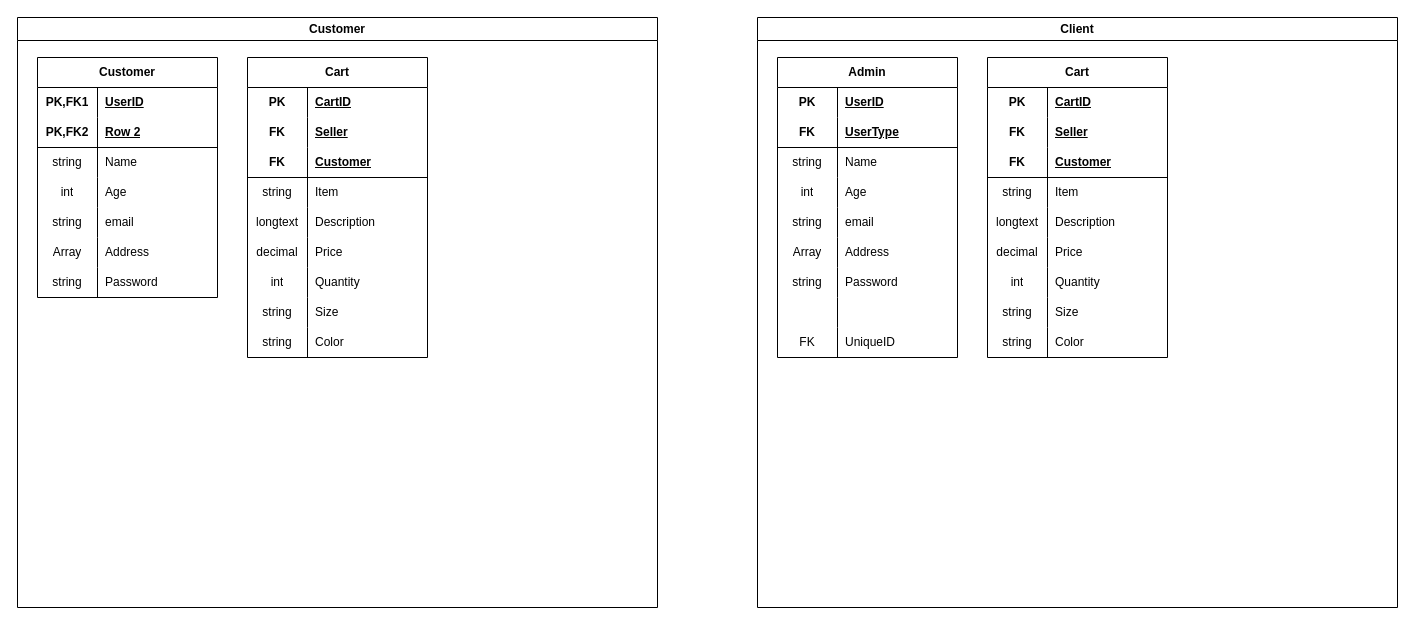
Above: Untitled Diagram.drawio in clydeaaron/ERD (draw.io), before the change. Source tidied: cells renumbered, new cells numbered last; positions are measured from the earlier drawing's top-left corner, leaving out a move shared by most shapes. Both pictures are drawn from the tidied source at 100%, with x=0, y=0 at pixel (17, 17).
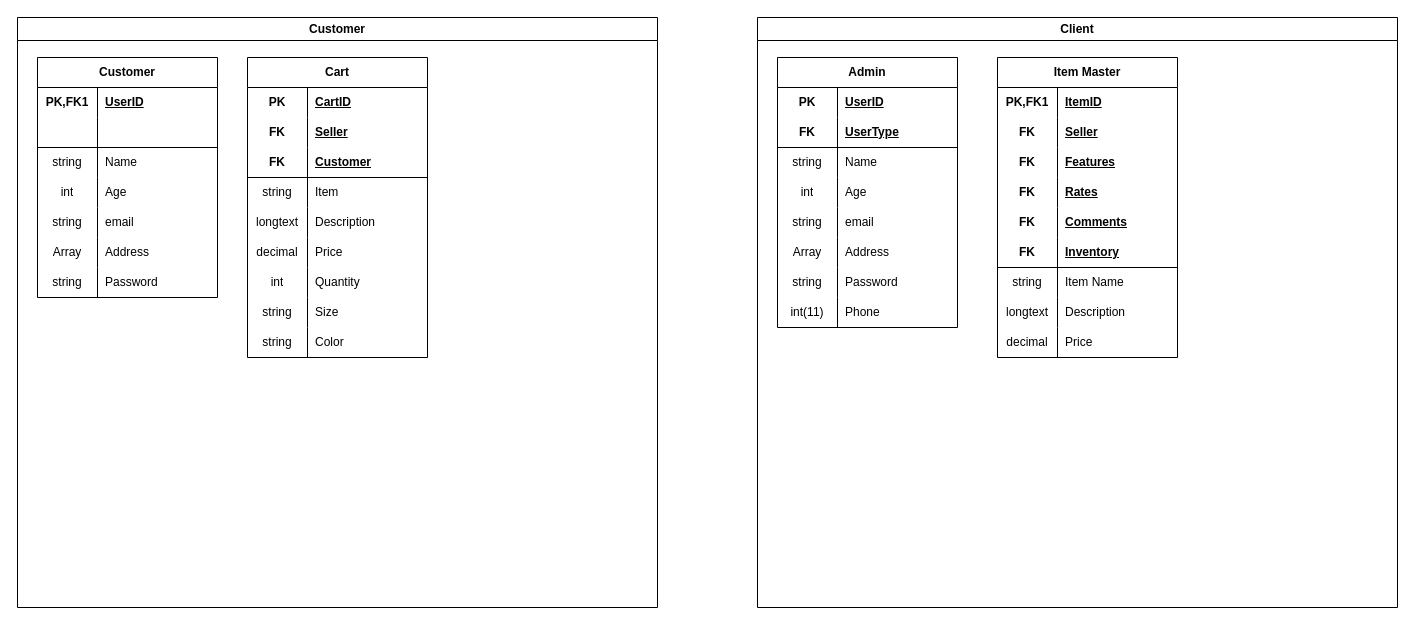
After the change.

Commit message:
Client Update Diagram

Unchanged cells that the change refers to:
```xml
<mxCell id="7" style="shape=tableRow;horizontal=0;startSize=0;swimlaneHead=0;swimlaneBody=0;fillColor=none;top=0;left=0;right=0;bottom=1;html=1;" parent="3" vertex="1">
  <mxGeometry y="60" width="180" height="30" as="geometry" />
</mxCell>
<mxCell id="53" value="Client" style="swimlane;whiteSpace=wrap;html=1;fillColor=#FFFFFF;" parent="1" vertex="1">
  <mxGeometry x="740" width="640" height="590" as="geometry" />
</mxCell>
```

What changed in the source:
```diff
@@
-    <mxCell id="8" value="PK,FK2" style="shape=partialRectangle;fillColor=none;top=0;left=0;bottom=0;right=0;fontStyle=1;overflow=hidden;html=1;whiteSpace=wrap;" parent="7" vertex="1">
+    <mxCell id="8" style="shape=partialRectangle;fillColor=none;top=0;left=0;bottom=0;right=0;fontStyle=1;overflow=hidden;html=1;whiteSpace=wrap;" parent="7" vertex="1">
       <mxGeometry width="60" height="30" as="geometry" />
     </mxCell>
-    <mxCell id="9" value="Row 2" style="shape=partialRectangle;fillColor=none;top=0;left=0;bottom=0;right=0;align=left;spacingLeft=6;fontStyle=5;overflow=hidden;html=1;whiteSpace=wrap;" parent="7" vertex="1">
+    <mxCell id="9" style="shape=partialRectangle;fillColor=none;top=0;left=0;bottom=0;right=0;align=left;spacingLeft=6;fontStyle=5;overflow=hidden;html=1;whiteSpace=wrap;" parent="7" vertex="1">
       <mxGeometry x="60" width="120" height="30" as="geometry" />
     </mxCell>
@@
     <mxCell id="54" value="Admin" style="shape=table;startSize=30;childLayout=tableLayout;rowLines=0;fontStyle=1;align=center;html=1;whiteSpace=wrap;" parent="53" vertex="1">
-      <mxGeometry x="20" y="40" width="180" height="300" as="geometry" />
+      <mxGeometry x="20" y="40" width="180" height="270" as="geometry" />
     </mxCell>
@@
-    <mxCell id="76" style="shape=tableRow;horizontal=0;startSize=0;swimlaneHead=0;swimlaneBody=0;fillColor=none;top=0;left=0;right=0;bottom=0;" parent="54" vertex="1">
-      <mxGeometry y="240" width="180" height="30" as="geometry" />
-    </mxCell>
-    <mxCell id="77" style="shape=partialRectangle;fillColor=none;top=0;left=0;bottom=0;right=0;fontStyle=0;overflow=hidden;whiteSpace=wrap;html=1;" parent="76" vertex="1">
-      <mxGeometry width="60" height="30" as="geometry" />
-    </mxCell>
-    <mxCell id="78" style="shape=partialRectangle;fillColor=none;top=0;left=0;bottom=0;right=0;align=left;spacingLeft=6;fontStyle=0;overflow=hidden;whiteSpace=wrap;html=1;" parent="76" vertex="1">
-      <mxGeometry x="60" width="120" height="30" as="geometry" />
-    </mxCell>
     <mxCell id="79" style="shape=tableRow;horizontal=0;startSize=0;swimlaneHead=0;swimlaneBody=0;fillColor=none;top=0;left=0;right=0;bottom=0;" parent="54" vertex="1">
-      <mxGeometry y="270" width="180" height="30" as="geometry" />
+      <mxGeometry y="240" width="180" height="30" as="geometry" />
     </mxCell>
-    <mxCell id="80" value="FK" style="shape=partialRectangle;fillColor=none;top=0;left=0;bottom=0;right=0;fontStyle=0;overflow=hidden;whiteSpace=wrap;html=1;" parent="79" vertex="1">
+    <mxCell id="80" value="int(11)" style="shape=partialRectangle;fillColor=none;top=0;left=0;bottom=0;right=0;fontStyle=0;overflow=hidden;whiteSpace=wrap;html=1;" parent="79" vertex="1">
       <mxGeometry width="60" height="30" as="geometry" />
     </mxCell>
-    <mxCell id="81" value="UniqueID" style="shape=partialRectangle;fillColor=none;top=0;left=0;bottom=0;right=0;align=left;spacingLeft=6;fontStyle=0;overflow=hidden;whiteSpace=wrap;html=1;" parent="79" vertex="1">
+    <mxCell id="81" value="Phone" style="shape=partialRectangle;fillColor=none;top=0;left=0;bottom=0;right=0;align=left;spacingLeft=6;fontStyle=0;overflow=hidden;whiteSpace=wrap;html=1;" parent="79" vertex="1">
       <mxGeometry x="60" width="120" height="30" as="geometry" />
     </mxCell>
-    <mxCell id="82" value="Cart" style="shape=table;startSize=30;childLayout=tableLayout;rowLines=0;fontStyle=1;align=center;html=1;whiteSpace=wrap;" parent="53" vertex="1">
-      <mxGeometry x="230" y="40" width="180" height="300" as="geometry" />
-    </mxCell>
+    <mxCell id="110" value="Item Master" style="shape=table;startSize=30;childLayout=tableLayout;rowLines=0;fontStyle=1;align=center;html=1;whiteSpace=wrap;" parent="53" vertex="1">
+      <mxGeometry x="240" y="40" width="180" height="300" as="geometry" />
+    </mxCell>
-    <mxCell id="83" style="shape=tableRow;horizontal=0;startSize=0;swimlaneHead=0;swimlaneBody=0;fillColor=none;top=0;left=0;right=0;bottom=0;html=1;" parent="82" vertex="1">
+    <mxCell id="83" style="shape=tableRow;horizontal=0;startSize=0;swimlaneHead=0;swimlaneBody=0;fillColor=none;top=0;left=0;right=0;bottom=0;html=1;" parent="110" vertex="1">
       <mxGeometry y="30" width="180" height="30" as="geometry" />
     </mxCell>
-    <mxCell id="84" value="PK" style="shape=partialRectangle;fillColor=none;top=0;left=0;bottom=0;right=0;fontStyle=1;overflow=hidden;html=1;whiteSpace=wrap;" parent="83" vertex="1">
-      <mxGeometry width="60" height="30" as="geometry" />
-    </mxCell>
-    <mxCell id="85" value="CartID" style="shape=partialRectangle;fillColor=none;top=0;left=0;bottom=0;right=0;align=left;spacingLeft=6;fontStyle=5;overflow=hidden;html=1;whiteSpace=wrap;" parent="83" vertex="1">
-      <mxGeometry x="60" width="120" height="30" as="geometry" />
-    </mxCell>
+    <mxCell id="111" value="PK,FK1" style="shape=partialRectangle;fillColor=none;top=0;left=0;bottom=0;right=0;fontStyle=1;overflow=hidden;html=1;whiteSpace=wrap;" parent="83" vertex="1">
+      <mxGeometry width="60" height="30" as="geometry" />
+    </mxCell>
+    <mxCell id="112" value="ItemID" style="shape=partialRectangle;fillColor=none;top=0;left=0;bottom=0;right=0;align=left;spacingLeft=6;fontStyle=5;overflow=hidden;html=1;whiteSpace=wrap;" parent="83" vertex="1">
+      <mxGeometry x="60" width="120" height="30" as="geometry" />
+    </mxCell>
-    <mxCell id="86" style="shape=tableRow;horizontal=0;startSize=0;swimlaneHead=0;swimlaneBody=0;fillColor=none;top=0;left=0;right=0;bottom=0;" parent="82" vertex="1">
+    <mxCell id="86" style="shape=tableRow;horizontal=0;startSize=0;swimlaneHead=0;swimlaneBody=0;fillColor=none;top=0;left=0;right=0;bottom=0;" parent="110" vertex="1">
       <mxGeometry y="60" width="180" height="30" as="geometry" />
     </mxCell>
-    <mxCell id="87" value="&lt;b style=&quot;&quot;&gt;FK&lt;/b&gt;" style="shape=partialRectangle;fillColor=none;top=0;left=0;bottom=0;right=0;fontStyle=0;overflow=hidden;whiteSpace=wrap;html=1;" parent="86" vertex="1">
-      <mxGeometry width="60" height="30" as="geometry" />
-    </mxCell>
+    <mxCell id="113" value="FK" style="shape=partialRectangle;fillColor=none;top=0;left=0;bottom=0;right=0;fontStyle=1;overflow=hidden;whiteSpace=wrap;html=1;" parent="86" vertex="1">
+      <mxGeometry width="60" height="30" as="geometry" />
+    </mxCell>
-    <mxCell id="88" value="&lt;b&gt;&lt;u&gt;Seller&lt;/u&gt;&lt;/b&gt;" style="shape=partialRectangle;fillColor=none;top=0;left=0;bottom=0;right=0;align=left;spacingLeft=6;fontStyle=0;overflow=hidden;whiteSpace=wrap;html=1;" parent="86" vertex="1">
+    <mxCell id="88" value="Seller" style="shape=partialRectangle;fillColor=none;top=0;left=0;bottom=0;right=0;align=left;spacingLeft=6;fontStyle=5;overflow=hidden;whiteSpace=wrap;html=1;" parent="86" vertex="1">
       <mxGeometry x="60" width="120" height="30" as="geometry" />
     </mxCell>
-    <mxCell id="89" style="shape=tableRow;horizontal=0;startSize=0;swimlaneHead=0;swimlaneBody=0;fillColor=none;top=0;left=0;right=0;bottom=1;html=1;" parent="82" vertex="1">
-      <mxGeometry y="90" width="180" height="30" as="geometry" />
-    </mxCell>
+    <mxCell id="114" style="shape=tableRow;horizontal=0;startSize=0;swimlaneHead=0;swimlaneBody=0;fillColor=none;top=0;left=0;right=0;bottom=0;" parent="110" vertex="1">
+      <mxGeometry y="90" width="180" height="30" as="geometry" />
+    </mxCell>
+    <mxCell id="115" value="FK" style="shape=partialRectangle;fillColor=none;top=0;left=0;bottom=0;right=0;fontStyle=1;overflow=hidden;whiteSpace=wrap;html=1;" parent="114" vertex="1">
+      <mxGeometry width="60" height="30" as="geometry" />
+    </mxCell>
+    <mxCell id="116" value="Features" style="shape=partialRectangle;fillColor=none;top=0;left=0;bottom=0;right=0;align=left;spacingLeft=6;fontStyle=5;overflow=hidden;whiteSpace=wrap;html=1;" parent="114" vertex="1">
+      <mxGeometry x="60" width="120" height="30" as="geometry" />
+    </mxCell>
+    <mxCell id="117" style="shape=tableRow;horizontal=0;startSize=0;swimlaneHead=0;swimlaneBody=0;fillColor=none;top=0;left=0;right=0;bottom=0;" parent="110" vertex="1">
+      <mxGeometry y="120" width="180" height="30" as="geometry" />
+    </mxCell>
+    <mxCell id="118" value="FK" style="shape=partialRectangle;fillColor=none;top=0;left=0;bottom=0;right=0;fontStyle=1;overflow=hidden;whiteSpace=wrap;html=1;" parent="117" vertex="1">
+      <mxGeometry width="60" height="30" as="geometry" />
+    </mxCell>
+    <mxCell id="119" value="Rates" style="shape=partialRectangle;fillColor=none;top=0;left=0;bottom=0;right=0;align=left;spacingLeft=6;fontStyle=5;overflow=hidden;whiteSpace=wrap;html=1;" parent="117" vertex="1">
+      <mxGeometry x="60" width="120" height="30" as="geometry" />
+    </mxCell>
+    <mxCell id="120" style="shape=tableRow;horizontal=0;startSize=0;swimlaneHead=0;swimlaneBody=0;fillColor=none;top=0;left=0;right=0;bottom=0;" parent="110" vertex="1">
+      <mxGeometry y="150" width="180" height="30" as="geometry" />
+    </mxCell>
+    <mxCell id="121" value="FK" style="shape=partialRectangle;fillColor=none;top=0;left=0;bottom=0;right=0;fontStyle=1;overflow=hidden;whiteSpace=wrap;html=1;" parent="120" vertex="1">
+      <mxGeometry width="60" height="30" as="geometry" />
+    </mxCell>
+    <mxCell id="122" value="Comments" style="shape=partialRectangle;fillColor=none;top=0;left=0;bottom=0;right=0;align=left;spacingLeft=6;fontStyle=5;overflow=hidden;whiteSpace=wrap;html=1;" parent="120" vertex="1">
+      <mxGeometry x="60" width="120" height="30" as="geometry" />
+    </mxCell>
+    <mxCell id="123" style="shape=tableRow;horizontal=0;startSize=0;swimlaneHead=0;swimlaneBody=0;fillColor=none;top=0;left=0;right=0;bottom=1;html=1;" parent="110" vertex="1">
+      <mxGeometry y="180" width="180" height="30" as="geometry" />
+    </mxCell>
-    <mxCell id="90" value="FK" style="shape=partialRectangle;fillColor=none;top=0;left=0;bottom=0;right=0;fontStyle=1;overflow=hidden;html=1;whiteSpace=wrap;" parent="89" vertex="1">
+    <mxCell id="90" value="FK" style="shape=partialRectangle;fillColor=none;top=0;left=0;bottom=0;right=0;fontStyle=1;overflow=hidden;html=1;whiteSpace=wrap;" parent="123" vertex="1">
       <mxGeometry width="60" height="30" as="geometry" />
     </mxCell>
-    <mxCell id="91" value="Customer" style="shape=partialRectangle;fillColor=none;top=0;left=0;bottom=0;right=0;align=left;spacingLeft=6;fontStyle=5;overflow=hidden;html=1;whiteSpace=wrap;" parent="89" vertex="1">
-      <mxGeometry x="60" width="120" height="30" as="geometry" />
-    </mxCell>
-    <mxCell id="92" style="shape=tableRow;horizontal=0;startSize=0;swimlaneHead=0;swimlaneBody=0;fillColor=none;top=0;left=0;right=0;bottom=0;html=1;" parent="82" vertex="1">
-      <mxGeometry y="120" width="180" height="30" as="geometry" />
-    </mxCell>
+    <mxCell id="124" value="Inventory" style="shape=partialRectangle;fillColor=none;top=0;left=0;bottom=0;right=0;align=left;spacingLeft=6;fontStyle=5;overflow=hidden;html=1;whiteSpace=wrap;" parent="123" vertex="1">
+      <mxGeometry x="60" width="120" height="30" as="geometry" />
+    </mxCell>
+    <mxCell id="125" style="shape=tableRow;horizontal=0;startSize=0;swimlaneHead=0;swimlaneBody=0;fillColor=none;top=0;left=0;right=0;bottom=0;html=1;" parent="110" vertex="1">
+      <mxGeometry y="210" width="180" height="30" as="geometry" />
+    </mxCell>
-    <mxCell id="93" value="string" style="shape=partialRectangle;fillColor=none;top=0;left=0;bottom=0;right=0;overflow=hidden;html=1;whiteSpace=wrap;" parent="92" vertex="1">
+    <mxCell id="93" value="string" style="shape=partialRectangle;fillColor=none;top=0;left=0;bottom=0;right=0;overflow=hidden;html=1;whiteSpace=wrap;" parent="125" vertex="1">
       <mxGeometry width="60" height="30" as="geometry" />
     </mxCell>
-    <mxCell id="94" value="Item" style="shape=partialRectangle;fillColor=none;top=0;left=0;bottom=0;right=0;align=left;spacingLeft=6;overflow=hidden;html=1;whiteSpace=wrap;" parent="92" vertex="1">
-      <mxGeometry x="60" width="120" height="30" as="geometry" />
-    </mxCell>
-    <mxCell id="95" style="shape=tableRow;horizontal=0;startSize=0;swimlaneHead=0;swimlaneBody=0;fillColor=none;top=0;left=0;right=0;bottom=0;html=1;" parent="82" vertex="1">
-      <mxGeometry y="150" width="180" height="30" as="geometry" />
-    </mxCell>
+    <mxCell id="126" value="Item Name" style="shape=partialRectangle;fillColor=none;top=0;left=0;bottom=0;right=0;align=left;spacingLeft=6;overflow=hidden;html=1;whiteSpace=wrap;" parent="125" vertex="1">
+      <mxGeometry x="60" width="120" height="30" as="geometry" />
+    </mxCell>
+    <mxCell id="127" style="shape=tableRow;horizontal=0;startSize=0;swimlaneHead=0;swimlaneBody=0;fillColor=none;top=0;left=0;right=0;bottom=0;html=1;" parent="110" vertex="1">
+      <mxGeometry y="240" width="180" height="30" as="geometry" />
+    </mxCell>
-    <mxCell id="96" value="longtext" style="shape=partialRectangle;fillColor=none;top=0;left=0;bottom=0;right=0;overflow=hidden;html=1;whiteSpace=wrap;" parent="95" vertex="1">
+    <mxCell id="96" value="longtext" style="shape=partialRectangle;fillColor=none;top=0;left=0;bottom=0;right=0;overflow=hidden;html=1;whiteSpace=wrap;" parent="127" vertex="1">
       <mxGeometry width="60" height="30" as="geometry" />
     </mxCell>
-    <mxCell id="97" value="Description" style="shape=partialRectangle;fillColor=none;top=0;left=0;bottom=0;right=0;align=left;spacingLeft=6;overflow=hidden;html=1;whiteSpace=wrap;" parent="95" vertex="1">
+    <mxCell id="97" value="Description" style="shape=partialRectangle;fillColor=none;top=0;left=0;bottom=0;right=0;align=left;spacingLeft=6;overflow=hidden;html=1;whiteSpace=wrap;" parent="127" vertex="1">
       <mxGeometry x="60" width="120" height="30" as="geometry" />
     </mxCell>
-    <mxCell id="98" style="shape=tableRow;horizontal=0;startSize=0;swimlaneHead=0;swimlaneBody=0;fillColor=none;top=0;left=0;right=0;bottom=0;" parent="82" vertex="1">
-      <mxGeometry y="180" width="180" height="30" as="geometry" />
-    </mxCell>
+    <mxCell id="107" style="shape=tableRow;horizontal=0;startSize=0;swimlaneHead=0;swimlaneBody=0;fillColor=none;top=0;left=0;right=0;bottom=0;" parent="110" vertex="1">
+      <mxGeometry y="270" width="180" height="30" as="geometry" />
+    </mxCell>
-    <mxCell id="99" value="decimal" style="shape=partialRectangle;fillColor=none;top=0;left=0;bottom=0;right=0;fontStyle=0;overflow=hidden;whiteSpace=wrap;html=1;" parent="98" vertex="1">
+    <mxCell id="99" value="decimal" style="shape=partialRectangle;fillColor=none;top=0;left=0;bottom=0;right=0;fontStyle=0;overflow=hidden;whiteSpace=wrap;html=1;" parent="107" vertex="1">
       <mxGeometry width="60" height="30" as="geometry" />
     </mxCell>
-    <mxCell id="100" value="Price" style="shape=partialRectangle;fillColor=none;top=0;left=0;bottom=0;right=0;align=left;spacingLeft=6;fontStyle=0;overflow=hidden;whiteSpace=wrap;html=1;" parent="98" vertex="1">
+    <mxCell id="100" value="Price" style="shape=partialRectangle;fillColor=none;top=0;left=0;bottom=0;right=0;align=left;spacingLeft=6;fontStyle=0;overflow=hidden;whiteSpace=wrap;html=1;" parent="107" vertex="1">
       <mxGeometry x="60" width="120" height="30" as="geometry" />
     </mxCell>
-    <mxCell id="101" style="shape=tableRow;horizontal=0;startSize=0;swimlaneHead=0;swimlaneBody=0;fillColor=none;top=0;left=0;right=0;bottom=0;" parent="82" vertex="1">
-      <mxGeometry y="210" width="180" height="30" as="geometry" />
-    </mxCell>
-    <mxCell id="102" value="int" style="shape=partialRectangle;fillColor=none;top=0;left=0;bottom=0;right=0;fontStyle=0;overflow=hidden;whiteSpace=wrap;html=1;" parent="101" vertex="1">
-      <mxGeometry width="60" height="30" as="geometry" />
-    </mxCell>
-    <mxCell id="103" value="Quantity" style="shape=partialRectangle;fillColor=none;top=0;left=0;bottom=0;right=0;align=left;spacingLeft=6;fontStyle=0;overflow=hidden;whiteSpace=wrap;html=1;" parent="101" vertex="1">
-      <mxGeometry x="60" width="120" height="30" as="geometry" />
-    </mxCell>
-    <mxCell id="104" style="shape=tableRow;horizontal=0;startSize=0;swimlaneHead=0;swimlaneBody=0;fillColor=none;top=0;left=0;right=0;bottom=0;" parent="82" vertex="1">
-      <mxGeometry y="240" width="180" height="30" as="geometry" />
-    </mxCell>
-    <mxCell id="105" value="string" style="shape=partialRectangle;fillColor=none;top=0;left=0;bottom=0;right=0;fontStyle=0;overflow=hidden;whiteSpace=wrap;html=1;" parent="104" vertex="1">
-      <mxGeometry width="60" height="30" as="geometry" />
-    </mxCell>
-    <mxCell id="106" value="Size" style="shape=partialRectangle;fillColor=none;top=0;left=0;bottom=0;right=0;align=left;spacingLeft=6;fontStyle=0;overflow=hidden;whiteSpace=wrap;html=1;" parent="104" vertex="1">
-      <mxGeometry x="60" width="120" height="30" as="geometry" />
-    </mxCell>
-    <mxCell id="107" style="shape=tableRow;horizontal=0;startSize=0;swimlaneHead=0;swimlaneBody=0;fillColor=none;top=0;left=0;right=0;bottom=0;" parent="82" vertex="1">
-      <mxGeometry y="270" width="180" height="30" as="geometry" />
-    </mxCell>
-    <mxCell id="108" value="string" style="shape=partialRectangle;fillColor=none;top=0;left=0;bottom=0;right=0;fontStyle=0;overflow=hidden;whiteSpace=wrap;html=1;" parent="107" vertex="1">
-      <mxGeometry width="60" height="30" as="geometry" />
-    </mxCell>
-    <mxCell id="109" value="Color" style="shape=partialRectangle;fillColor=none;top=0;left=0;bottom=0;right=0;align=left;spacingLeft=6;fontStyle=0;overflow=hidden;whiteSpace=wrap;html=1;" parent="107" vertex="1">
-      <mxGeometry x="60" width="120" height="30" as="geometry" />
-    </mxCell>
```
